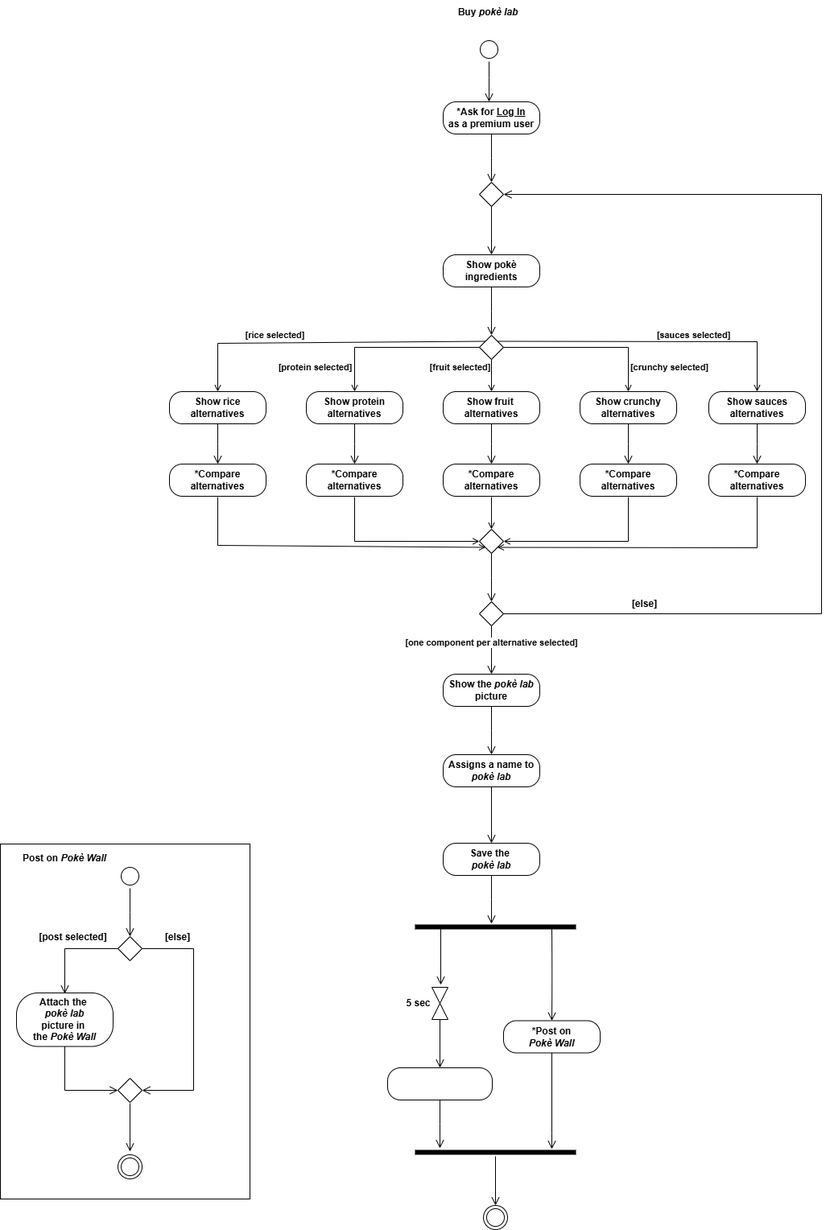
Above: diagrams/ActivityDiagram.drawio.png in matteopinfildi/ISPW-Project (draw.io), before the change. Source tidied: cells renumbered, new cells last; positions are measured from the earlier drawing's top-left corner, leaving out a move shared by most shapes.
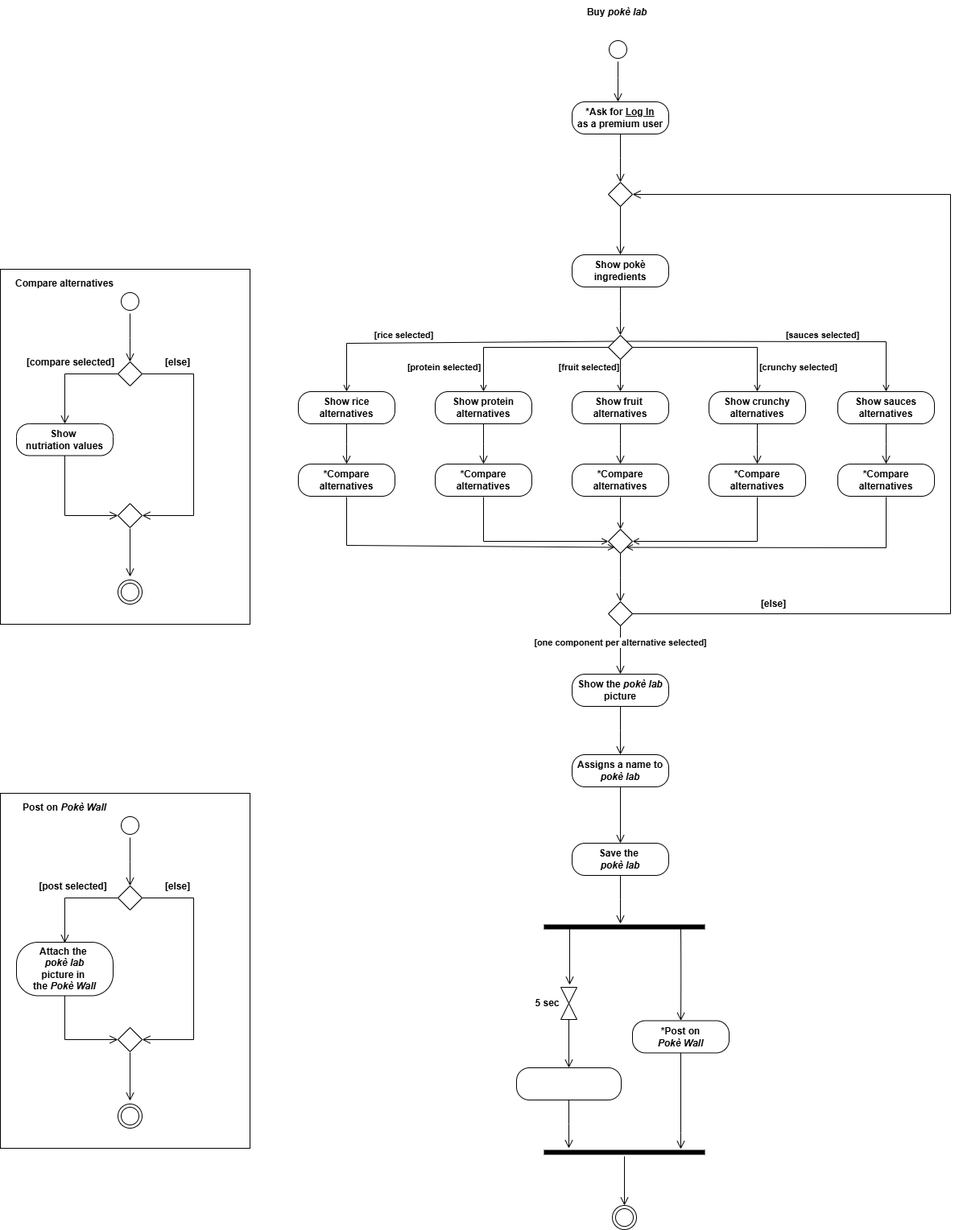
The same diagram one commit later.

Change to the diagram source:
```diff
@@ -260,59 +260,59 @@
       <mxGeometry x="600" y="1497" width="30" height="30" as="geometry" />
     </mxCell>
     <mxCell id="56" style="rounded=0;whiteSpace=wrap;html=1;fillColor=none;labelBackgroundColor=none;" parent="1" vertex="1">
-      <mxGeometry y="1048" width="310" height="441" as="geometry" />
+      <mxGeometry x="-160" y="985" width="310" height="441" as="geometry" />
     </mxCell>
     <mxCell id="57" style="ellipse;html=1;shape=startState;labelBackgroundColor=none;" parent="1" vertex="1">
-      <mxGeometry x="146" y="1073" width="30" height="30" as="geometry" />
+      <mxGeometry x="-14" y="1010" width="30" height="30" as="geometry" />
     </mxCell>
     <mxCell id="58" style="edgeStyle=orthogonalEdgeStyle;html=1;verticalAlign=bottom;endArrow=open;endSize=8;rounded=0;fontSize=12;curved=1;labelBackgroundColor=none;fontColor=default;" parent="1" edge="1" source="57">
       <mxGeometry relative="1" as="geometry">
-        <mxPoint x="161" y="1163" as="targetPoint" />
+        <mxPoint x="1" y="1100" as="targetPoint" />
       </mxGeometry>
     </mxCell>
     <mxCell id="59" value="&lt;b&gt;Attach the&amp;nbsp;&lt;/b&gt;&lt;div&gt;&lt;b style=&quot;background-color: transparent; color: light-dark(rgb(0, 0, 0), rgb(255, 255, 255));&quot;&gt;&lt;i&gt;pokè lab&lt;/i&gt;&lt;/b&gt;&lt;/div&gt;&lt;div&gt;&lt;b style=&quot;background-color: transparent; color: light-dark(rgb(0, 0, 0), rgb(255, 255, 255));&quot;&gt;picture in&amp;nbsp;&lt;/b&gt;&lt;/div&gt;&lt;div&gt;&lt;div&gt;&lt;b&gt;the &lt;i&gt;Pokè Wall&lt;/i&gt;&lt;/b&gt;&lt;/div&gt;&lt;/div&gt;" style="rounded=1;whiteSpace=wrap;html=1;arcSize=40;labelBackgroundColor=none;" parent="1" vertex="1">
-      <mxGeometry x="20" y="1233" width="120" height="66.5" as="geometry" />
+      <mxGeometry x="-140" y="1170" width="120" height="66.5" as="geometry" />
     </mxCell>
     <mxCell id="60" style="edgeStyle=orthogonalEdgeStyle;html=1;verticalAlign=bottom;endArrow=open;endSize=8;rounded=0;fontSize=12;curved=0;entryX=0;entryY=0.5;entryDx=0;entryDy=0;labelBackgroundColor=none;fontColor=default;" parent="1" edge="1" source="59" target="64">
       <mxGeometry relative="1" as="geometry">
         <Array as="points">
-          <mxPoint x="80" y="1354" />
+          <mxPoint x="-80" y="1291" />
         </Array>
       </mxGeometry>
     </mxCell>
     <mxCell id="61" value="&lt;b&gt;[post selected]&lt;/b&gt;" style="edgeStyle=none;curved=0;rounded=0;jettySize=auto;html=1;exitX=0;exitY=0.5;exitDx=0;exitDy=0;fontSize=12;startSize=8;endSize=8;labelBackgroundColor=none;fontColor=default;endArrow=open;endFill=0;" parent="1" edge="1" source="63">
       <mxGeometry x="-0.08" y="-14" relative="1" as="geometry">
-        <mxPoint x="80" y="1234" as="targetPoint" />
+        <mxPoint x="-80" y="1171" as="targetPoint" />
         <Array as="points">
-          <mxPoint x="80" y="1178" />
+          <mxPoint x="-80" y="1115" />
         </Array>
       </mxGeometry>
     </mxCell>
     <mxCell id="62" value="&lt;b&gt;[else]&lt;/b&gt;" style="edgeStyle=none;curved=0;rounded=0;jettySize=auto;html=1;exitX=1;exitY=0.5;exitDx=0;exitDy=0;fontSize=12;startSize=8;endSize=8;entryX=1;entryY=0.5;entryDx=0;entryDy=0;labelBackgroundColor=none;fontColor=default;endArrow=open;endFill=0;" parent="1" edge="1" source="63" target="64">
       <mxGeometry x="-0.71" y="14" relative="1" as="geometry">
         <Array as="points">
-          <mxPoint x="240" y="1178" />
-          <mxPoint x="240" y="1354" />
+          <mxPoint x="80" y="1115" />
+          <mxPoint x="80" y="1291" />
         </Array>
       </mxGeometry>
     </mxCell>
     <mxCell id="63" style="rhombus;whiteSpace=wrap;html=1;labelBackgroundColor=none;" parent="1" vertex="1">
-      <mxGeometry x="146" y="1163" width="30" height="30" as="geometry" />
+      <mxGeometry x="-14" y="1100" width="30" height="30" as="geometry" />
     </mxCell>
     <mxCell id="64" style="rhombus;whiteSpace=wrap;html=1;labelBackgroundColor=none;" parent="1" vertex="1">
-      <mxGeometry x="146" y="1339" width="30" height="30" as="geometry" />
+      <mxGeometry x="-14" y="1276" width="30" height="30" as="geometry" />
     </mxCell>
     <mxCell id="65" style="ellipse;html=1;shape=endState;labelBackgroundColor=none;" parent="1" vertex="1">
-      <mxGeometry x="146" y="1434" width="30" height="30" as="geometry" />
+      <mxGeometry x="-14" y="1371" width="30" height="30" as="geometry" />
     </mxCell>
     <mxCell id="66" style="edgeStyle=orthogonalEdgeStyle;html=1;verticalAlign=bottom;endArrow=open;endSize=8;rounded=0;fontSize=12;curved=1;labelBackgroundColor=none;fontColor=default;" parent="1" edge="1">
       <mxGeometry relative="1" as="geometry">
-        <mxPoint x="161" y="1370" as="sourcePoint" />
-        <mxPoint x="161" y="1430" as="targetPoint" />
+        <mxPoint x="1" y="1307" as="sourcePoint" />
+        <mxPoint x="1" y="1367" as="targetPoint" />
       </mxGeometry>
     </mxCell>
     <mxCell id="67" value="&lt;span style=&quot;font-size: 12px;&quot;&gt;&lt;b&gt;Post on &lt;i&gt;Pokè Wall&lt;/i&gt;&lt;/b&gt;&lt;/span&gt;" style="text;strokeColor=none;fillColor=none;html=1;align=center;verticalAlign=middle;whiteSpace=wrap;rounded=0;fontSize=16;labelBackgroundColor=none;" parent="1" vertex="1">
-      <mxGeometry x="5" y="1048.5" width="150" height="30" as="geometry" />
+      <mxGeometry x="-155" y="985.5" width="150" height="30" as="geometry" />
     </mxCell>
     <mxCell id="68" style="edgeStyle=orthogonalEdgeStyle;html=1;verticalAlign=bottom;endArrow=open;endSize=8;rounded=0;exitX=0.5;exitY=1;exitDx=0;exitDy=0;" parent="1" edge="1" source="19">
       <mxGeometry relative="1" as="geometry">
@@ -354,5 +354,59 @@
     <mxCell id="77" value="&lt;div&gt;&lt;b&gt;*Compare&lt;/b&gt;&lt;/div&gt;&lt;div&gt;&lt;b&gt;alternatives&lt;/b&gt;&lt;/div&gt;" style="rounded=1;whiteSpace=wrap;html=1;arcSize=40;" parent="1" vertex="1">
       <mxGeometry x="880" y="576" width="120" height="40" as="geometry" />
     </mxCell>
+    <mxCell id="78" style="rounded=0;whiteSpace=wrap;html=1;fillColor=none;labelBackgroundColor=none;" parent="1" vertex="1">
+      <mxGeometry x="-160" y="334" width="310" height="441" as="geometry" />
+    </mxCell>
+    <mxCell id="79" style="ellipse;html=1;shape=startState;labelBackgroundColor=none;" parent="1" vertex="1">
+      <mxGeometry x="-14" y="359" width="30" height="30" as="geometry" />
+    </mxCell>
+    <mxCell id="80" style="edgeStyle=orthogonalEdgeStyle;html=1;verticalAlign=bottom;endArrow=open;endSize=8;rounded=0;fontSize=12;curved=1;labelBackgroundColor=none;fontColor=default;" parent="1" edge="1" source="79">
+      <mxGeometry relative="1" as="geometry">
+        <mxPoint x="1" y="449" as="targetPoint" />
+      </mxGeometry>
+    </mxCell>
+    <mxCell id="81" value="&lt;b&gt;Show&amp;nbsp;&lt;/b&gt;&lt;div&gt;&lt;b&gt;nutriation&amp;nbsp;&lt;/b&gt;&lt;b style=&quot;background-color: transparent; color: light-dark(rgb(0, 0, 0), rgb(255, 255, 255));&quot;&gt;values&lt;/b&gt;&lt;/div&gt;" style="rounded=1;whiteSpace=wrap;html=1;arcSize=40;labelBackgroundColor=none;" parent="1" vertex="1">
+      <mxGeometry x="-140" y="526" width="120" height="39.5" as="geometry" />
+    </mxCell>
+    <mxCell id="82" style="edgeStyle=orthogonalEdgeStyle;html=1;verticalAlign=bottom;endArrow=open;endSize=8;rounded=0;fontSize=12;curved=0;entryX=0;entryY=0.5;entryDx=0;entryDy=0;labelBackgroundColor=none;fontColor=default;" parent="1" edge="1" source="81" target="86">
+      <mxGeometry relative="1" as="geometry">
+        <Array as="points">
+          <mxPoint x="-80" y="640" />
+        </Array>
+      </mxGeometry>
+    </mxCell>
+    <mxCell id="83" value="&lt;b&gt;[compare selected]&lt;/b&gt;" style="edgeStyle=none;curved=0;rounded=0;jettySize=auto;html=1;exitX=0;exitY=0.5;exitDx=0;exitDy=0;fontSize=12;startSize=8;endSize=8;labelBackgroundColor=none;fontColor=default;endArrow=open;endFill=0;entryX=0.5;entryY=0;entryDx=0;entryDy=0;" parent="1" edge="1" source="85" target="81">
+      <mxGeometry x="-0.08" y="-14" relative="1" as="geometry">
+        <Array as="points">
+          <mxPoint x="-80" y="464" />
+        </Array>
+      </mxGeometry>
+    </mxCell>
+    <mxCell id="84" value="&lt;b&gt;[else]&lt;/b&gt;" style="edgeStyle=none;curved=0;rounded=0;jettySize=auto;html=1;exitX=1;exitY=0.5;exitDx=0;exitDy=0;fontSize=12;startSize=8;endSize=8;entryX=1;entryY=0.5;entryDx=0;entryDy=0;labelBackgroundColor=none;fontColor=default;endArrow=open;endFill=0;" parent="1" edge="1" source="85" target="86">
+      <mxGeometry x="-0.71" y="14" relative="1" as="geometry">
+        <Array as="points">
+          <mxPoint x="80" y="464" />
+          <mxPoint x="80" y="640" />
+        </Array>
+      </mxGeometry>
+    </mxCell>
+    <mxCell id="85" style="rhombus;whiteSpace=wrap;html=1;labelBackgroundColor=none;" parent="1" vertex="1">
+      <mxGeometry x="-14" y="449" width="30" height="30" as="geometry" />
+    </mxCell>
+    <mxCell id="86" style="rhombus;whiteSpace=wrap;html=1;labelBackgroundColor=none;" parent="1" vertex="1">
+      <mxGeometry x="-14" y="625" width="30" height="30" as="geometry" />
+    </mxCell>
+    <mxCell id="87" style="ellipse;html=1;shape=endState;labelBackgroundColor=none;" parent="1" vertex="1">
+      <mxGeometry x="-14" y="720" width="30" height="30" as="geometry" />
+    </mxCell>
+    <mxCell id="88" style="edgeStyle=orthogonalEdgeStyle;html=1;verticalAlign=bottom;endArrow=open;endSize=8;rounded=0;fontSize=12;curved=1;labelBackgroundColor=none;fontColor=default;" parent="1" edge="1">
+      <mxGeometry relative="1" as="geometry">
+        <mxPoint x="1" y="656" as="sourcePoint" />
+        <mxPoint x="1" y="716" as="targetPoint" />
+      </mxGeometry>
+    </mxCell>
+    <mxCell id="89" value="&lt;span style=&quot;font-size: 12px;&quot;&gt;&lt;b&gt;Compare alternatives&lt;/b&gt;&lt;/span&gt;" style="text;strokeColor=none;fillColor=none;html=1;align=center;verticalAlign=middle;whiteSpace=wrap;rounded=0;fontSize=16;labelBackgroundColor=none;" parent="1" vertex="1">
+      <mxGeometry x="-155" y="334.5" width="150" height="30" as="geometry" />
+    </mxCell>
   </root>
 </mxGraphModel>
```
